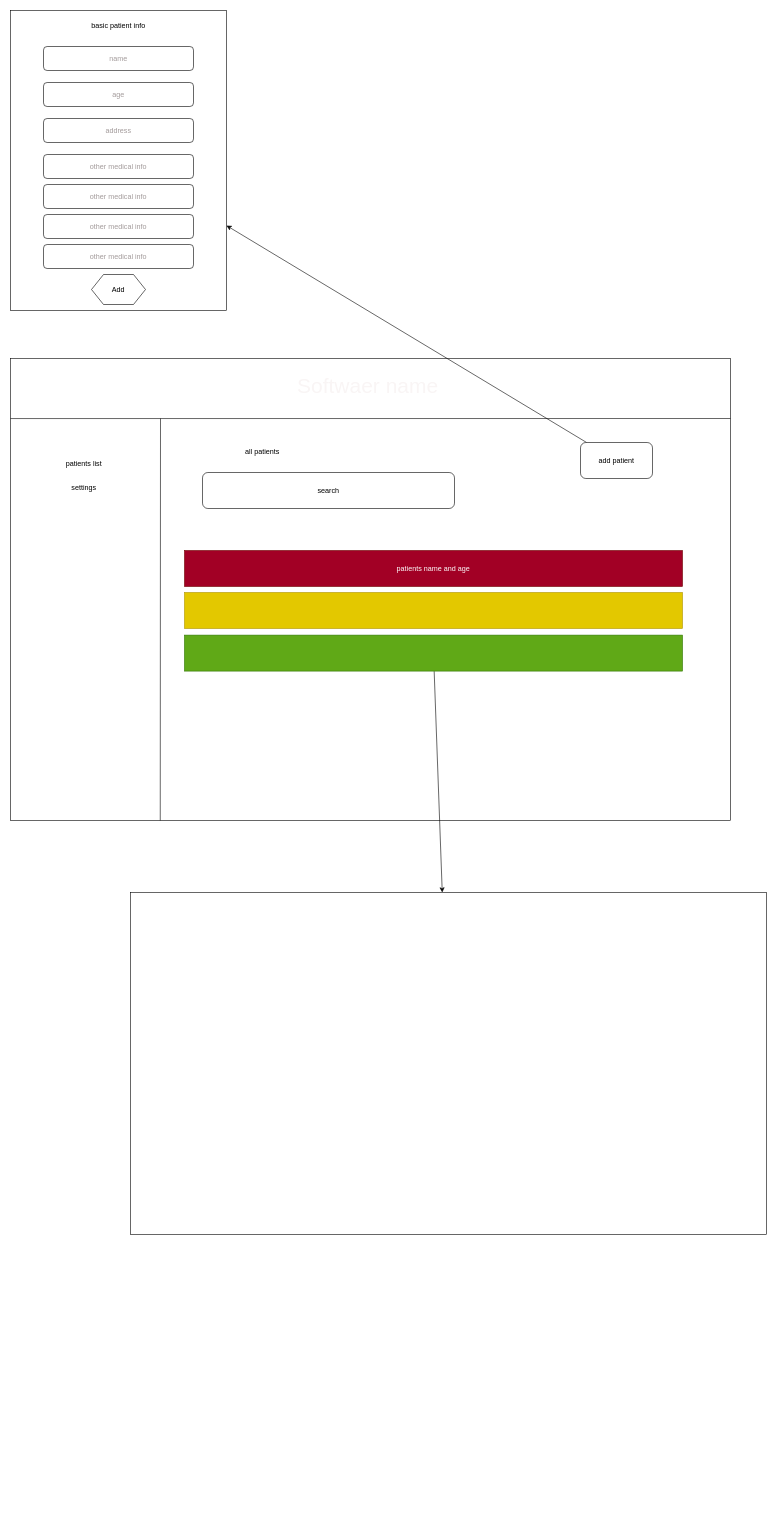
Earlier version of the draw.io diagram schema.drawio (mjspk/NH). Source tidied: cells renumbered, new cells numbered last; positions are measured from the earlier drawing's top-left corner, leaving out a move shared by most shapes. Both pictures are drawn from the tidied source at 60%, with x=0, y=0 at pixel (10, 10).
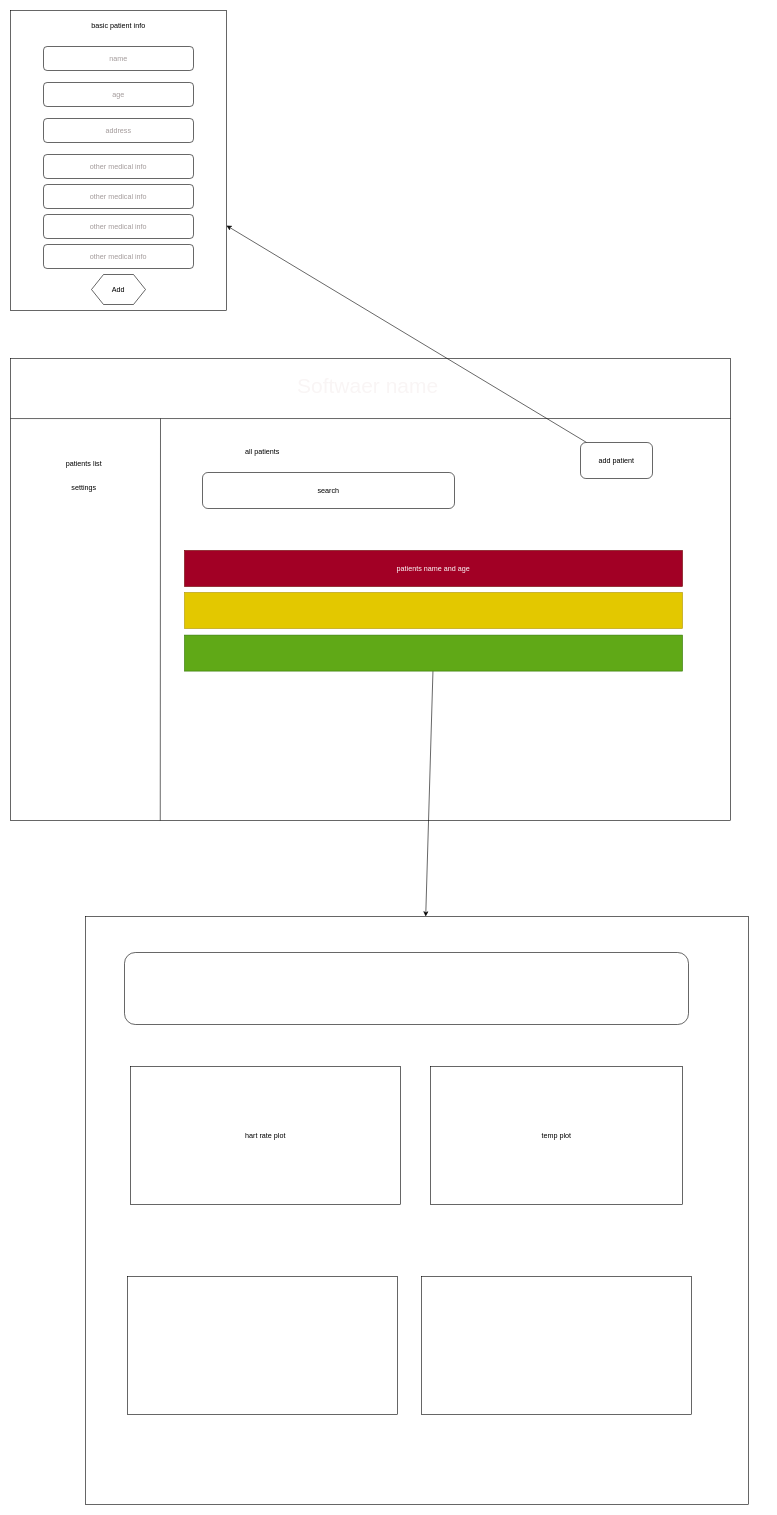
Above is the later version.

Diff of the diagram source:
```diff
@@
     <mxCell id="26" style="rounded=0;whiteSpace=wrap;html=1;" parent="1" vertex="1">
-      <mxGeometry x="200" y="1470" width="1060" height="570" as="geometry" />
+      <mxGeometry x="125" y="1510" width="1105" height="980" as="geometry" />
     </mxCell>
+    <mxCell id="27" style="rounded=1;whiteSpace=wrap;html=1;" parent="1" vertex="1">
+      <mxGeometry x="190" y="1570" width="940" height="120" as="geometry" />
+    </mxCell>
+    <mxCell id="28" value="hart rate plot" style="rounded=0;whiteSpace=wrap;html=1;" parent="1" vertex="1">
+      <mxGeometry x="200" y="1760" width="450" height="230" as="geometry" />
+    </mxCell>
+    <mxCell id="29" value="temp plot" style="rounded=0;whiteSpace=wrap;html=1;" parent="1" vertex="1">
+      <mxGeometry x="700" y="1760" width="420" height="230" as="geometry" />
+    </mxCell>
+    <mxCell id="30" value="&lt;br&gt;" style="rounded=0;whiteSpace=wrap;html=1;" parent="1" vertex="1">
+      <mxGeometry x="195" y="2110" width="450" height="230" as="geometry" />
+    </mxCell>
+    <mxCell id="31" value="&lt;br&gt;" style="rounded=0;whiteSpace=wrap;html=1;" parent="1" vertex="1">
+      <mxGeometry x="685" y="2110" width="450" height="230" as="geometry" />
+    </mxCell>
```
